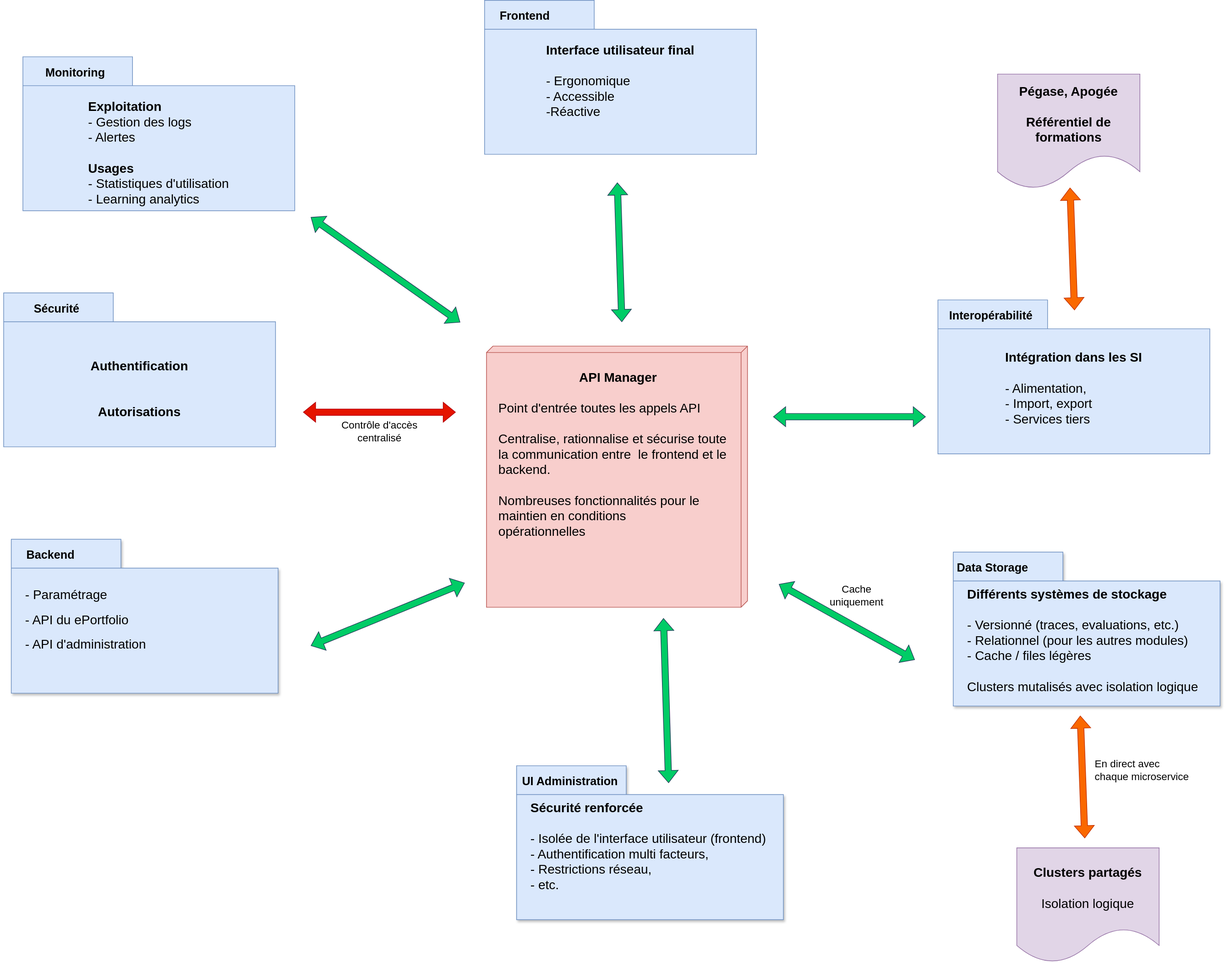
The draw.io diagram assets/images/architecture-simple-view.svg in avenirs-esr/dev-doc, before a commit. Source tidied: cells renumbered, new cells last; positions are measured from the earlier drawing's top-left corner, leaving out a move shared by most shapes.
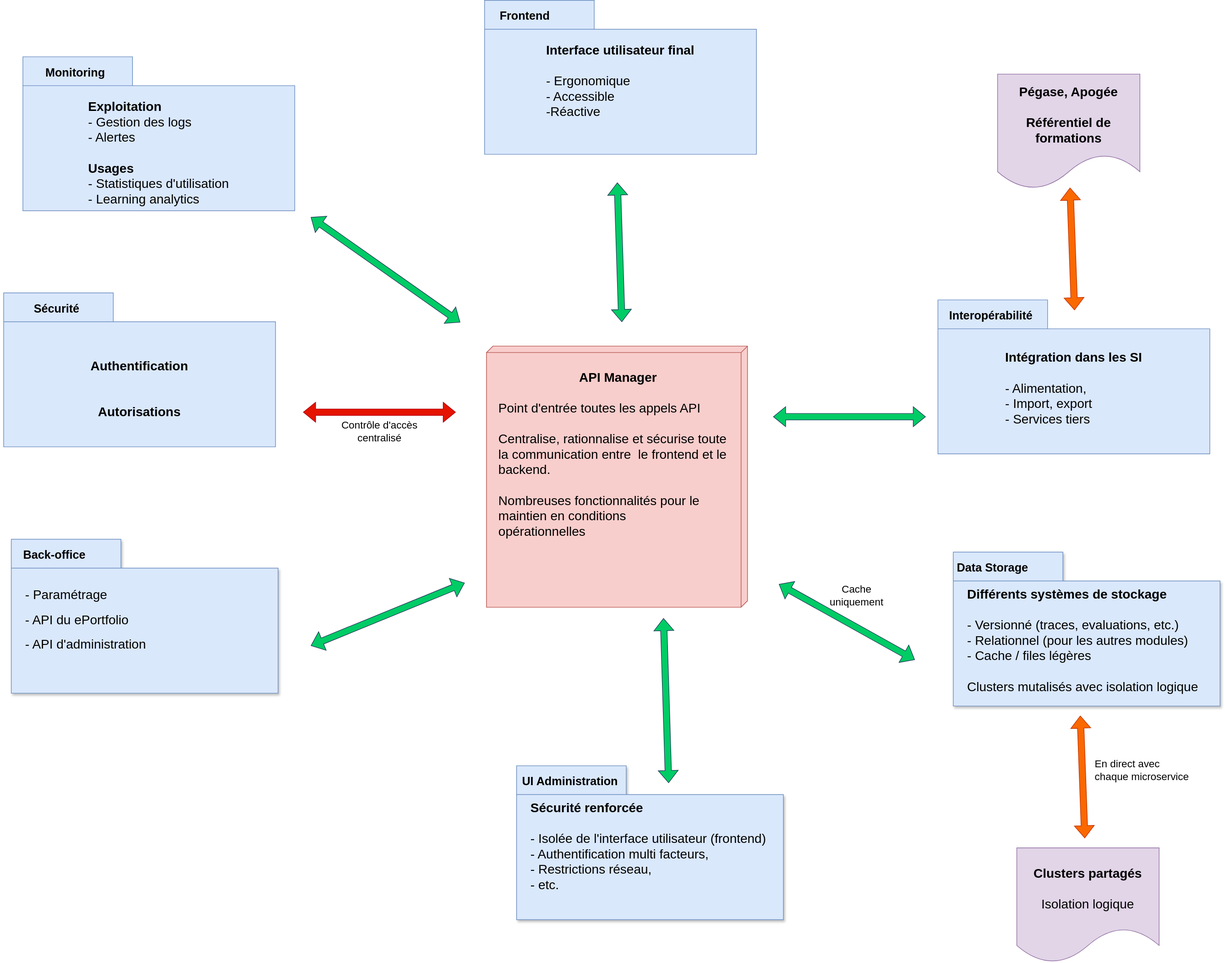
The same diagram one commit later.

Diff of the diagram source:
```diff
@@ -18,8 +18,8 @@
     <mxCell id="7" value="&lt;span style=&quot;font-size: 20px; font-weight: 400;&quot;&gt;- Paramétrage&lt;br&gt;&lt;/span&gt;&lt;br style=&quot;font-size: 20px; font-weight: 400;&quot;&gt;&lt;span style=&quot;font-size: 20px; font-weight: 400;&quot;&gt;- API du ePortfolio&lt;br&gt;&lt;/span&gt;&lt;br style=&quot;font-size: 20px; font-weight: 400;&quot;&gt;&lt;span style=&quot;font-size: 20px; font-weight: 400;&quot;&gt;- API d'administration&lt;/span&gt;" style="shape=folder;fontStyle=1;spacingTop=10;tabWidth=171;tabHeight=45;tabPosition=left;html=1;whiteSpace=wrap;shadow=1;align=left;spacingLeft=20;fillColor=#dae8fc;strokeColor=#6c8ebf;" parent="6" vertex="1">
       <mxGeometry x="4.9" width="416.1" height="240" as="geometry" />
     </mxCell>
-    <mxCell id="8" value="&lt;font style=&quot;font-size: 18px;&quot;&gt;&lt;b style=&quot;&quot;&gt;Backend&lt;/b&gt;&lt;/font&gt;" style="text;html=1;align=center;verticalAlign=middle;whiteSpace=wrap;rounded=0;" parent="6" vertex="1">
-      <mxGeometry y="10" width="133.5" height="30" as="geometry" />
+    <mxCell id="8" value="&lt;font style=&quot;font-size: 18px;&quot;&gt;&lt;b style=&quot;&quot;&gt;Back-office&lt;/b&gt;&lt;/font&gt;" style="text;html=1;align=center;verticalAlign=middle;whiteSpace=wrap;rounded=0;" parent="6" vertex="1">
+      <mxGeometry x="6" y="10" width="133.5" height="30" as="geometry" />
     </mxCell>
     <mxCell id="9" style="group;" parent="2" vertex="1">
       <mxGeometry x="800" y="1193" width="421" height="240" as="geometry" />
```
